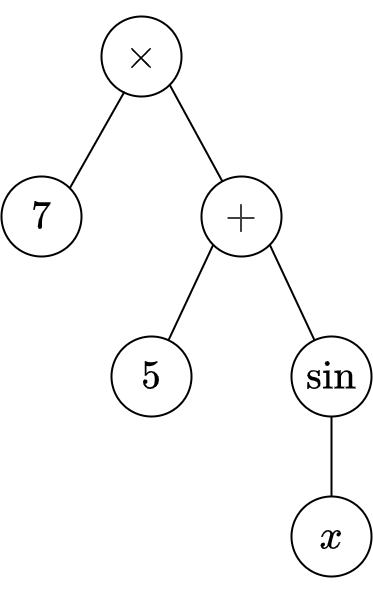
The draw.io diagram img/theoretical_framework/GP Initial Population 1.png in r8vnhill/keen-thesis, before a commit. Source tidied: cells renumbered, new cells last; positions are measured from the earlier drawing's top-left corner, leaving out a move shared by most shapes. Its diagram source:
```xml
<mxGraphModel math="1">
  <root>
    <mxCell id="0" />
    <mxCell id="1" parent="0" />
    <mxCell id="2" value="$$\times$$" style="ellipse;whiteSpace=wrap;html=1;fontSize=35;strokeWidth=2;" parent="1" vertex="1">
      <mxGeometry x="100" width="80" height="80" as="geometry" />
    </mxCell>
    <mxCell id="3" value="$$7$$" style="ellipse;whiteSpace=wrap;html=1;fontSize=35;strokeWidth=2;" parent="1" vertex="1">
      <mxGeometry y="160" width="80" height="80" as="geometry" />
    </mxCell>
    <mxCell id="4" style="rounded=0;jettySize=auto;html=1;exitX=0;exitY=1;exitDx=0;exitDy=0;endArrow=none;endFill=0;strokeWidth=2;" parent="1" edge="1" source="6" target="9">
      <mxGeometry relative="1" as="geometry" />
    </mxCell>
    <mxCell id="5" style="rounded=0;jettySize=auto;html=1;exitX=1;exitY=1;exitDx=0;exitDy=0;endArrow=none;endFill=0;strokeWidth=2;" parent="1" edge="1" source="6" target="11">
      <mxGeometry relative="1" as="geometry" />
    </mxCell>
    <mxCell id="6" value="$$+$$" style="ellipse;whiteSpace=wrap;html=1;fontSize=35;strokeWidth=2;" parent="1" vertex="1">
      <mxGeometry x="200" y="160" width="80" height="80" as="geometry" />
    </mxCell>
    <mxCell id="7" style="endArrow=none;html=1;rounded=0;exitX=1;exitY=0;exitDx=0;exitDy=0;entryX=0.288;entryY=0.938;entryDx=0;entryDy=0;entryPerimeter=0;strokeWidth=2;" parent="1" edge="1" source="3" target="2">
      <mxGeometry relative="1" as="geometry" />
    </mxCell>
    <mxCell id="8" style="rounded=0;jettySize=auto;html=1;exitX=1;exitY=1;exitDx=0;exitDy=0;endArrow=none;endFill=0;strokeWidth=2;" parent="1" edge="1" target="6">
      <mxGeometry relative="1" as="geometry">
        <mxPoint x="168" y="68" as="sourcePoint" />
      </mxGeometry>
    </mxCell>
    <mxCell id="9" value="$$5$$" style="ellipse;whiteSpace=wrap;html=1;fontSize=35;strokeWidth=2;" parent="1" vertex="1">
      <mxGeometry x="110" y="320" width="80" height="80" as="geometry" />
    </mxCell>
    <mxCell id="10" style="rounded=0;jettySize=auto;html=1;endArrow=none;endFill=0;strokeWidth=2;" parent="1" edge="1" source="11" target="12">
      <mxGeometry relative="1" as="geometry" />
    </mxCell>
    <mxCell id="11" value="$$\sin$$" style="ellipse;whiteSpace=wrap;html=1;fontSize=35;strokeWidth=2;" parent="1" vertex="1">
      <mxGeometry x="290" y="320" width="80" height="80" as="geometry" />
    </mxCell>
    <mxCell id="12" value="$$x$$" style="ellipse;whiteSpace=wrap;html=1;fontSize=35;strokeWidth=2;" parent="1" vertex="1">
      <mxGeometry x="290" y="480" width="80" height="80" as="geometry" />
    </mxCell>
  </root>
</mxGraphModel>
```
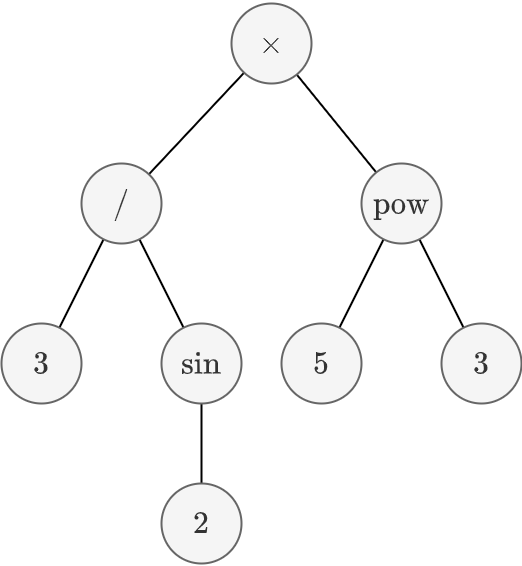
After the change.

Diff of the diagram source:
```diff
@@ -2,40 +2,50 @@
   <root>
     <mxCell id="0" />
     <mxCell id="1" parent="0" />
+    <mxCell id="13" style="rounded=0;jettySize=auto;html=1;endArrow=none;endFill=0;strokeWidth=2;" parent="1" edge="1" source="2" target="17">
+      <mxGeometry relative="1" as="geometry" />
+    </mxCell>
+    <mxCell id="14" style="rounded=0;jettySize=auto;html=1;endArrow=none;endFill=0;strokeWidth=2;" parent="1" edge="1" source="2" target="20">
+      <mxGeometry relative="1" as="geometry" />
+    </mxCell>
-    <mxCell id="2" value="$$\times$$" style="ellipse;whiteSpace=wrap;html=1;fontSize=35;strokeWidth=2;" parent="1" vertex="1">
-      <mxGeometry x="100" width="80" height="80" as="geometry" />
+    <mxCell id="2" value="$$\times$$" style="ellipse;whiteSpace=wrap;html=1;fontSize=27;fillColor=#f5f5f5;fontColor=#333333;strokeColor=#666666;strokeWidth=2;" parent="1" vertex="1">
+      <mxGeometry x="90" y="150" width="80" height="80" as="geometry" />
     </mxCell>
-    <mxCell id="3" value="$$7$$" style="ellipse;whiteSpace=wrap;html=1;fontSize=35;strokeWidth=2;" parent="1" vertex="1">
-      <mxGeometry y="160" width="80" height="80" as="geometry" />
-    </mxCell>
-    <mxCell id="4" style="rounded=0;jettySize=auto;html=1;exitX=0;exitY=1;exitDx=0;exitDy=0;endArrow=none;endFill=0;strokeWidth=2;" parent="1" edge="1" source="6" target="9">
-      <mxGeometry relative="1" as="geometry" />
-    </mxCell>
-    <mxCell id="5" style="rounded=0;jettySize=auto;html=1;exitX=1;exitY=1;exitDx=0;exitDy=0;endArrow=none;endFill=0;strokeWidth=2;" parent="1" edge="1" source="6" target="11">
-      <mxGeometry relative="1" as="geometry" />
-    </mxCell>
-    <mxCell id="6" value="$$+$$" style="ellipse;whiteSpace=wrap;html=1;fontSize=35;strokeWidth=2;" parent="1" vertex="1">
-      <mxGeometry x="200" y="160" width="80" height="80" as="geometry" />
-    </mxCell>
-    <mxCell id="7" style="endArrow=none;html=1;rounded=0;exitX=1;exitY=0;exitDx=0;exitDy=0;entryX=0.288;entryY=0.938;entryDx=0;entryDy=0;entryPerimeter=0;strokeWidth=2;" parent="1" edge="1" source="3" target="2">
-      <mxGeometry relative="1" as="geometry" />
-    </mxCell>
-    <mxCell id="8" style="rounded=0;jettySize=auto;html=1;exitX=1;exitY=1;exitDx=0;exitDy=0;endArrow=none;endFill=0;strokeWidth=2;" parent="1" edge="1" target="6">
-      <mxGeometry relative="1" as="geometry">
-        <mxPoint x="168" y="68" as="sourcePoint" />
-      </mxGeometry>
-    </mxCell>
+    <mxCell id="15" style="rounded=0;jettySize=auto;html=1;endArrow=none;endFill=0;strokeWidth=2;" parent="1" edge="1" source="17" target="9">
+      <mxGeometry relative="1" as="geometry" />
+    </mxCell>
+    <mxCell id="16" style="rounded=0;jettySize=auto;html=1;endArrow=none;endFill=0;strokeWidth=2;" parent="1" edge="1" source="17" target="24">
+      <mxGeometry relative="1" as="geometry" />
+    </mxCell>
+    <mxCell id="17" value="$$\mathrm{pow}$$" style="ellipse;whiteSpace=wrap;html=1;fontSize=27;fillColor=#f5f5f5;fontColor=#333333;strokeColor=#666666;strokeWidth=2;" parent="1" vertex="1">
+      <mxGeometry x="220" y="310" width="80" height="80" as="geometry" />
+    </mxCell>
+    <mxCell id="18" style="rounded=0;jettySize=auto;html=1;endArrow=none;endFill=0;strokeWidth=2;" parent="1" edge="1" source="20" target="21">
+      <mxGeometry relative="1" as="geometry" />
+    </mxCell>
+    <mxCell id="19" style="rounded=0;jettySize=auto;html=1;endArrow=none;endFill=0;strokeWidth=2;" parent="1" edge="1" source="20" target="11">
+      <mxGeometry relative="1" as="geometry" />
+    </mxCell>
+    <mxCell id="20" value="$$/$$" style="ellipse;whiteSpace=wrap;html=1;fontSize=27;fillColor=#f5f5f5;fontColor=#333333;strokeColor=#666666;strokeWidth=2;" parent="1" vertex="1">
+      <mxGeometry x="-60" y="310" width="80" height="80" as="geometry" />
+    </mxCell>
+    <mxCell id="21" value="$$3$$" style="ellipse;whiteSpace=wrap;html=1;fontSize=27;fillColor=#f5f5f5;fontColor=#333333;strokeColor=#666666;strokeWidth=2;" parent="1" vertex="1">
+      <mxGeometry x="-140" y="470" width="80" height="80" as="geometry" />
+    </mxCell>
+    <mxCell id="22" style="edgeStyle=orthogonalEdgeStyle;rounded=0;jettySize=auto;html=1;endArrow=none;endFill=0;strokeWidth=2;" parent="1" edge="1" source="11" target="23">
+      <mxGeometry relative="1" as="geometry" />
+    </mxCell>
+    <mxCell id="11" value="$$\sin$$" style="ellipse;whiteSpace=wrap;html=1;fontSize=27;fillColor=#f5f5f5;fontColor=#333333;strokeColor=#666666;strokeWidth=2;" parent="1" vertex="1">
+      <mxGeometry x="20" y="470" width="80" height="80" as="geometry" />
+    </mxCell>
+    <mxCell id="23" value="$$2$$" style="ellipse;whiteSpace=wrap;html=1;fontSize=27;fillColor=#f5f5f5;fontColor=#333333;strokeColor=#666666;strokeWidth=2;" parent="1" vertex="1">
+      <mxGeometry x="20" y="630" width="80" height="80" as="geometry" />
+    </mxCell>
-    <mxCell id="9" value="$$5$$" style="ellipse;whiteSpace=wrap;html=1;fontSize=35;strokeWidth=2;" parent="1" vertex="1">
-      <mxGeometry x="110" y="320" width="80" height="80" as="geometry" />
+    <mxCell id="9" value="$$5$$" style="ellipse;whiteSpace=wrap;html=1;fontSize=27;fillColor=#f5f5f5;fontColor=#333333;strokeColor=#666666;strokeWidth=2;" parent="1" vertex="1">
+      <mxGeometry x="140" y="470" width="80" height="80" as="geometry" />
     </mxCell>
-    <mxCell id="10" style="rounded=0;jettySize=auto;html=1;endArrow=none;endFill=0;strokeWidth=2;" parent="1" edge="1" source="11" target="12">
-      <mxGeometry relative="1" as="geometry" />
-    </mxCell>
-    <mxCell id="11" value="$$\sin$$" style="ellipse;whiteSpace=wrap;html=1;fontSize=35;strokeWidth=2;" parent="1" vertex="1">
-      <mxGeometry x="290" y="320" width="80" height="80" as="geometry" />
-    </mxCell>
-    <mxCell id="12" value="$$x$$" style="ellipse;whiteSpace=wrap;html=1;fontSize=35;strokeWidth=2;" parent="1" vertex="1">
-      <mxGeometry x="290" y="480" width="80" height="80" as="geometry" />
-    </mxCell>
+    <mxCell id="24" value="$$3$$" style="ellipse;whiteSpace=wrap;html=1;fontSize=27;fillColor=#f5f5f5;fontColor=#333333;strokeColor=#666666;strokeWidth=2;" parent="1" vertex="1">
+      <mxGeometry x="300" y="470" width="80" height="80" as="geometry" />
+    </mxCell>
   </root>
 </mxGraphModel>
```
